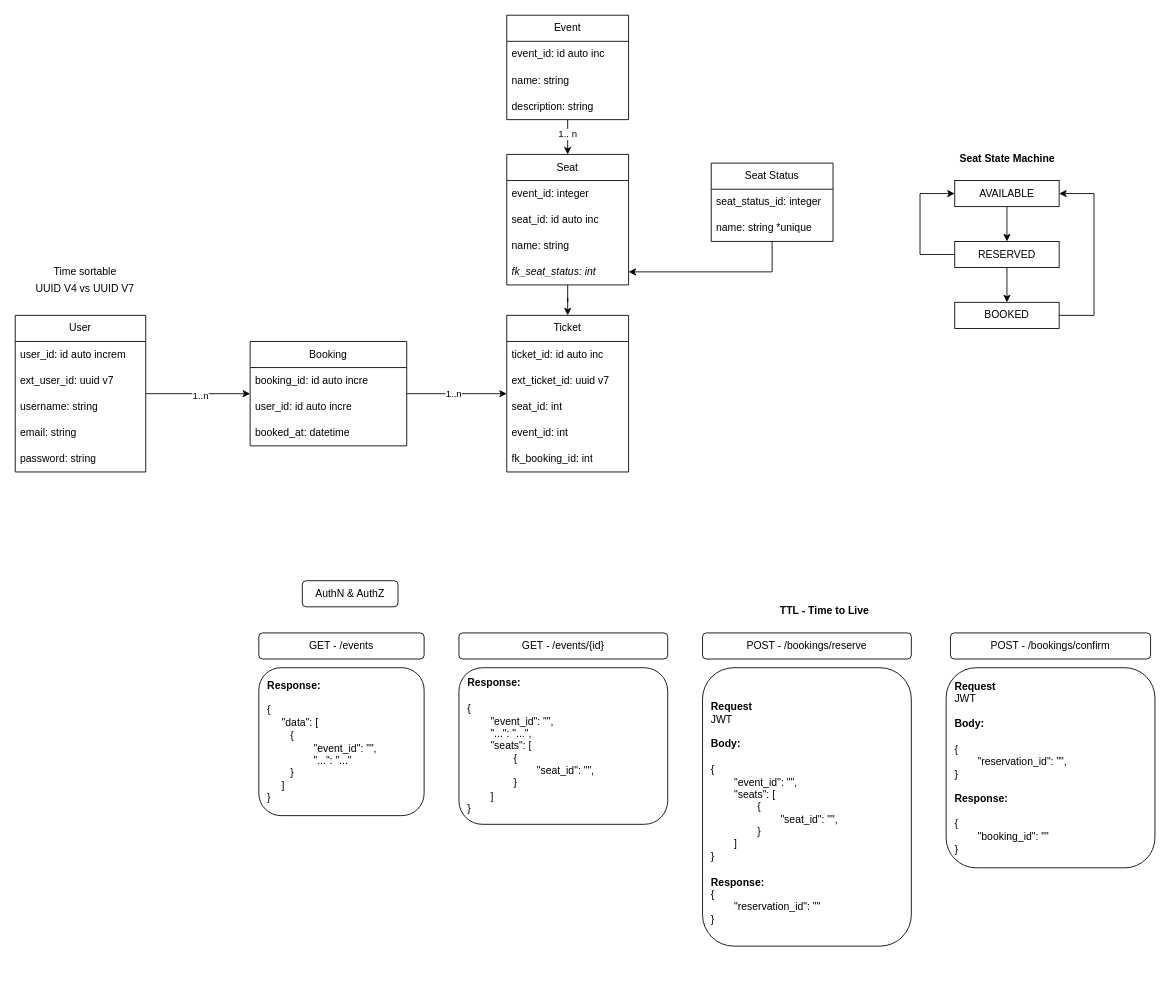
buildrun-tech/system-design-interview-ticketmasters keeps this draw.io diagram as page "MER" (1 of 2) of solution.drawio. Above is the earlier version. Source tidied: cells renumbered, new cells numbered last; positions are measured from the earlier drawing's top-left corner, leaving out a move shared by most shapes. Both pictures are drawn from the tidied source at 87%, with x=0, y=0 at pixel (15, 15).
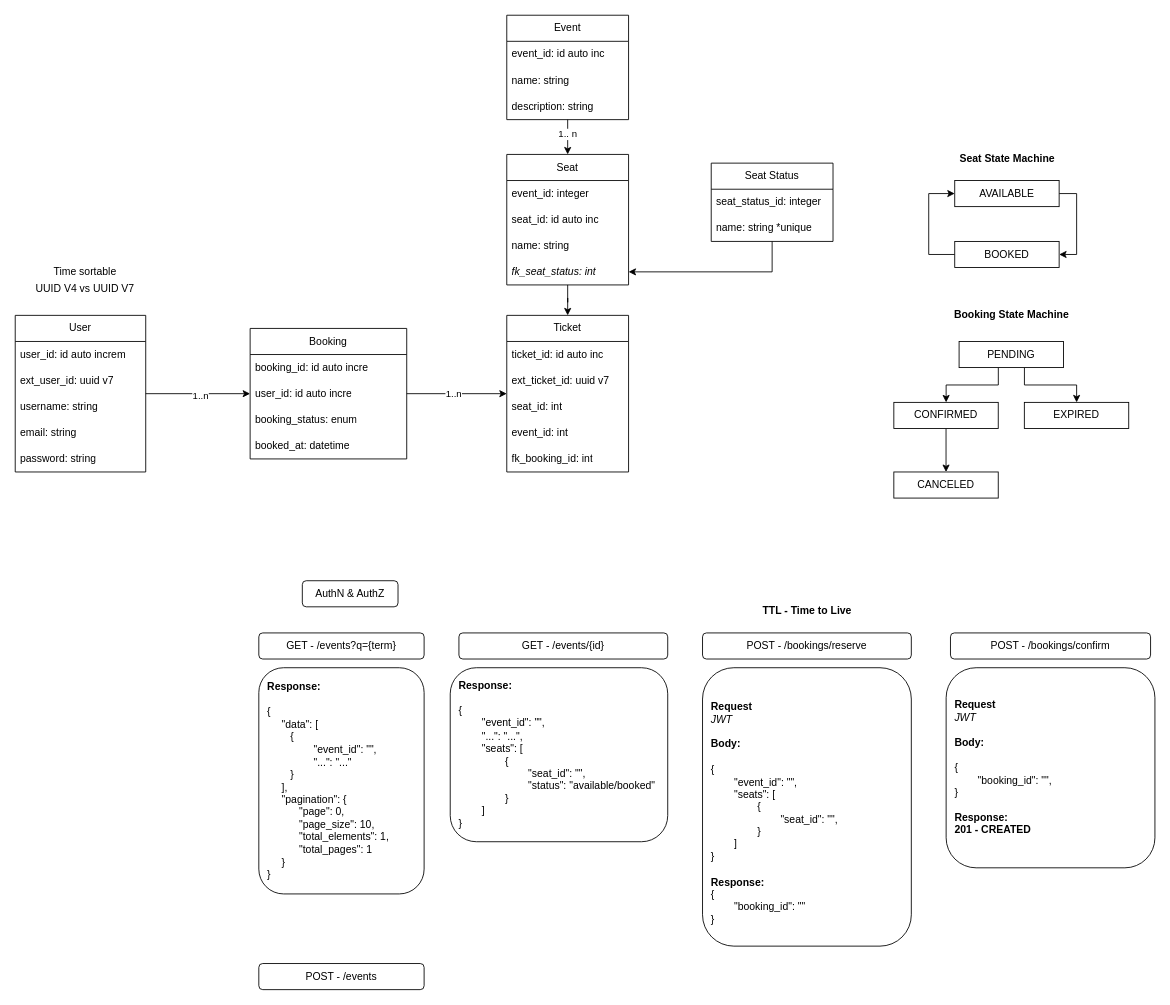
The same page after the edit.

Commit message:
docs(dia 2): update drawio with aws

The change refers to these unchanged cells:
```xml
<mxCell id="32" value="AVAILABLE" style="rounded=0;whiteSpace=wrap;html=1;" parent="1" vertex="1">
  <mxGeometry x="1079.9" y="190" width="120" height="30" as="geometry" />
</mxCell>
```

The edit, as a diff of the source:
```diff
@@
     <mxCell id="22" value="Booking" style="swimlane;fontStyle=0;horizontal=1;startSize=30;whiteSpace=wrap;html=1;" parent="1" vertex="1">
-      <mxGeometry x="270" y="375" width="180" height="120" as="geometry" />
+      <mxGeometry x="270" y="360" width="180" height="150" as="geometry" />
     </mxCell>
@@
+    <mxCell id="58" value="booking_status: enum" style="text;strokeColor=none;fillColor=none;align=left;verticalAlign=middle;spacingLeft=4;spacingRight=4;overflow=hidden;whiteSpace=wrap;html=1;" parent="22" vertex="1">
+      <mxGeometry y="90" width="180" height="30" as="geometry" />
+    </mxCell>
     <mxCell id="25" value="booked_at: datetime" style="text;strokeColor=none;fillColor=none;align=left;verticalAlign=middle;spacingLeft=4;spacingRight=4;overflow=hidden;whiteSpace=wrap;html=1;" parent="22" vertex="1">
-      <mxGeometry y="90" width="180" height="30" as="geometry" />
+      <mxGeometry y="120" width="180" height="30" as="geometry" />
     </mxCell>
-    <mxCell id="26" value="GET - /events" style="rounded=1;whiteSpace=wrap;html=1;" parent="1" vertex="1">
+    <mxCell id="26" value="GET - /events?q={term}" style="rounded=1;whiteSpace=wrap;html=1;" parent="1" vertex="1">
       <mxGeometry x="280" y="710" width="190" height="30" as="geometry" />
     </mxCell>
@@
-    <mxCell id="28" value="&lt;div&gt;&lt;b&gt;Response:&lt;/b&gt;&lt;/div&gt;&lt;div&gt;&lt;b&gt;&lt;br&gt;&lt;/b&gt;&lt;/div&gt;{&lt;div&gt;&amp;nbsp; &amp;nbsp; &amp;nbsp;&quot;data&quot;: [&lt;/div&gt;&lt;div&gt;&lt;span style=&quot;white-space: pre;&quot;&gt;&#9;&lt;/span&gt;{&lt;br&gt;&lt;/div&gt;&lt;div&gt;&lt;span style=&quot;white-space: pre;&quot;&gt;&#9;&lt;/span&gt;&lt;span style=&quot;white-space: pre;&quot;&gt;&#9;&lt;/span&gt;&quot;event_id&quot;: &quot;&quot;,&lt;br&gt;&lt;/div&gt;&lt;div&gt;&lt;span style=&quot;white-space: pre;&quot;&gt;&#9;&lt;/span&gt;&lt;span style=&quot;white-space: pre;&quot;&gt;&#9;&lt;/span&gt;&quot;...&quot;: &quot;...&quot;&lt;br&gt;&lt;/div&gt;&lt;div&gt;&lt;span style=&quot;white-space: pre;&quot;&gt;&#9;&lt;/span&gt;}&lt;/div&gt;&lt;div&gt;&amp;nbsp; &amp;nbsp; &amp;nbsp;]&lt;/div&gt;&lt;div&gt;}&lt;/div&gt;" style="rounded=1;whiteSpace=wrap;html=1;align=left;spacing=10;" parent="1" vertex="1">
-      <mxGeometry x="280" y="750" width="190" height="170" as="geometry" />
+    <mxCell id="28" value="&lt;div&gt;&lt;b&gt;Response:&lt;/b&gt;&lt;/div&gt;&lt;div&gt;&lt;b&gt;&lt;br&gt;&lt;/b&gt;&lt;/div&gt;{&lt;div&gt;&amp;nbsp; &amp;nbsp; &amp;nbsp;&quot;data&quot;: [&lt;/div&gt;&lt;div&gt;&lt;span style=&quot;white-space: pre;&quot;&gt;&#9;&lt;/span&gt;{&lt;br&gt;&lt;/div&gt;&lt;div&gt;&lt;span style=&quot;white-space: pre;&quot;&gt;&#9;&lt;/span&gt;&lt;span style=&quot;white-space: pre;&quot;&gt;&#9;&lt;/span&gt;&quot;event_id&quot;: &quot;&quot;,&lt;br&gt;&lt;/div&gt;&lt;div&gt;&lt;span style=&quot;white-space: pre;&quot;&gt;&#9;&lt;/span&gt;&lt;span style=&quot;white-space: pre;&quot;&gt;&#9;&lt;/span&gt;&quot;...&quot;: &quot;...&quot;&lt;br&gt;&lt;/div&gt;&lt;div&gt;&lt;span style=&quot;white-space: pre;&quot;&gt;&#9;&lt;/span&gt;}&lt;/div&gt;&lt;div&gt;&amp;nbsp; &amp;nbsp; &amp;nbsp;],&lt;/div&gt;&lt;div&gt;&amp;nbsp; &amp;nbsp; &amp;nbsp;&quot;pagination&quot;: {&lt;/div&gt;&lt;div&gt;&lt;span style=&quot;background-color: transparent; color: light-dark(rgb(0, 0, 0), rgb(255, 255, 255));&quot;&gt;&amp;nbsp; &amp;nbsp; &amp;nbsp; &amp;nbsp; &amp;nbsp; &amp;nbsp;&quot;page&quot;: 0,&lt;/span&gt;&lt;/div&gt;&lt;div&gt;&lt;span style=&quot;background-color: transparent; color: light-dark(rgb(0, 0, 0), rgb(255, 255, 255));&quot;&gt;&amp;nbsp; &amp;nbsp; &amp;nbsp; &amp;nbsp; &amp;nbsp; &amp;nbsp;&quot;page_size&quot;: 10,&lt;/span&gt;&lt;/div&gt;&lt;div&gt;&lt;span style=&quot;background-color: transparent; color: light-dark(rgb(0, 0, 0), rgb(255, 255, 255));&quot;&gt;&lt;span style=&quot;white-space: pre;&quot;&gt;&#9;&lt;/span&gt;&amp;nbsp; &amp;nbsp;&quot;total_elements&quot;: 1,&lt;br&gt;&lt;/span&gt;&lt;/div&gt;&lt;div&gt;&lt;span style=&quot;background-color: transparent; color: light-dark(rgb(0, 0, 0), rgb(255, 255, 255));&quot;&gt;&lt;span style=&quot;white-space: pre;&quot;&gt;&#9;&lt;/span&gt;&amp;nbsp; &amp;nbsp;&quot;total_pages&quot;: 1&lt;br&gt;&lt;/span&gt;&lt;/div&gt;&lt;div&gt;&lt;span style=&quot;background-color: transparent; color: light-dark(rgb(0, 0, 0), rgb(255, 255, 255));&quot;&gt;&amp;nbsp; &amp;nbsp; &amp;nbsp;}&lt;/span&gt;&lt;/div&gt;&lt;div&gt;}&lt;/div&gt;" style="rounded=1;whiteSpace=wrap;html=1;align=left;spacing=10;" parent="1" vertex="1">
+      <mxGeometry x="280" y="750" width="190" height="260" as="geometry" />
     </mxCell>
@@
-    <mxCell id="30" value="&lt;div&gt;&lt;b&gt;Response:&lt;/b&gt;&lt;/div&gt;&lt;div&gt;&lt;br&gt;&lt;/div&gt;{&lt;div&gt;&lt;span style=&quot;white-space: pre;&quot;&gt;&#9;&lt;/span&gt;&quot;event_id&quot;: &quot;&quot;,&lt;br&gt;&lt;/div&gt;&lt;div&gt;&lt;span style=&quot;white-space: pre;&quot;&gt;&#9;&lt;/span&gt;&quot;...&quot;: &quot;...&quot;,&lt;/div&gt;&lt;div&gt;&lt;span style=&quot;white-space: pre;&quot;&gt;&#9;&lt;/span&gt;&quot;seats&quot;: [&lt;br&gt;&lt;/div&gt;&lt;div&gt;&lt;span style=&quot;white-space: pre;&quot;&gt;&#9;&lt;/span&gt;&lt;span style=&quot;white-space: pre;&quot;&gt;&#9;&lt;/span&gt;{&lt;/div&gt;&lt;div&gt;&lt;span style=&quot;white-space: pre;&quot;&gt;&#9;&lt;/span&gt;&lt;span style=&quot;white-space: pre;&quot;&gt;&#9;&lt;/span&gt;&lt;span style=&quot;white-space: pre;&quot;&gt;&#9;&lt;/span&gt;&quot;seat_id&quot;: &quot;&quot;,&lt;br&gt;&lt;/div&gt;&lt;div&gt;&lt;span style=&quot;white-space: pre;&quot;&gt;&#9;&lt;/span&gt;&lt;span style=&quot;white-space: pre;&quot;&gt;&#9;&lt;/span&gt;}&lt;br&gt;&lt;/div&gt;&lt;div&gt;&lt;span style=&quot;white-space: pre;&quot;&gt;&#9;&lt;/span&gt;]&lt;/div&gt;&lt;div&gt;}&lt;/div&gt;" style="rounded=1;whiteSpace=wrap;html=1;align=left;spacing=10;" parent="1" vertex="1">
-      <mxGeometry x="510" y="750" width="240" height="180" as="geometry" />
+    <mxCell id="30" value="&lt;div&gt;&lt;b&gt;Response:&lt;/b&gt;&lt;/div&gt;&lt;div&gt;&lt;br&gt;&lt;/div&gt;{&lt;div&gt;&lt;span style=&quot;white-space: pre;&quot;&gt;&#9;&lt;/span&gt;&quot;event_id&quot;: &quot;&quot;,&lt;br&gt;&lt;/div&gt;&lt;div&gt;&lt;span style=&quot;white-space: pre;&quot;&gt;&#9;&lt;/span&gt;&quot;...&quot;: &quot;...&quot;,&lt;/div&gt;&lt;div&gt;&lt;span style=&quot;white-space: pre;&quot;&gt;&#9;&lt;/span&gt;&quot;seats&quot;: [&lt;br&gt;&lt;/div&gt;&lt;div&gt;&lt;span style=&quot;white-space: pre;&quot;&gt;&#9;&lt;/span&gt;&lt;span style=&quot;white-space: pre;&quot;&gt;&#9;&lt;/span&gt;{&lt;/div&gt;&lt;div&gt;&lt;span style=&quot;white-space: pre;&quot;&gt;&#9;&lt;/span&gt;&lt;span style=&quot;white-space: pre;&quot;&gt;&#9;&lt;/span&gt;&lt;span style=&quot;white-space: pre;&quot;&gt;&#9;&lt;/span&gt;&quot;seat_id&quot;: &quot;&quot;,&lt;br&gt;&lt;/div&gt;&lt;div&gt;&amp;nbsp; &amp;nbsp; &amp;nbsp; &amp;nbsp; &amp;nbsp; &amp;nbsp; &amp;nbsp; &amp;nbsp; &amp;nbsp; &amp;nbsp; &amp;nbsp; &amp;nbsp; &quot;status&quot;: &quot;available/booked&quot;&lt;/div&gt;&lt;div&gt;&lt;span style=&quot;white-space: pre;&quot;&gt;&#9;&lt;/span&gt;&lt;span style=&quot;white-space: pre;&quot;&gt;&#9;&lt;/span&gt;}&lt;br&gt;&lt;/div&gt;&lt;div&gt;&lt;span style=&quot;white-space: pre;&quot;&gt;&#9;&lt;/span&gt;]&lt;/div&gt;&lt;div&gt;}&lt;/div&gt;" style="rounded=1;whiteSpace=wrap;html=1;align=left;spacing=10;" parent="1" vertex="1">
+      <mxGeometry x="500" y="750" width="250" height="200" as="geometry" />
     </mxCell>
-    <mxCell id="31" style="edgeStyle=orthogonalEdgeStyle;rounded=0;jettySize=auto;html=1;" parent="1" edge="1" source="32" target="36">
-      <mxGeometry relative="1" as="geometry" />
-    </mxCell>
+    <mxCell id="59" style="edgeStyle=orthogonalEdgeStyle;rounded=0;jettySize=auto;html=1;" parent="1" edge="1" source="32" target="37">
+      <mxGeometry relative="1" as="geometry">
+        <Array as="points">
+          <mxPoint x="1220" y="205" />
+          <mxPoint x="1220" y="275" />
+        </Array>
+      </mxGeometry>
+    </mxCell>
@@
-    <mxCell id="34" style="edgeStyle=orthogonalEdgeStyle;rounded=0;jettySize=auto;html=1;" parent="1" edge="1" source="36" target="37">
-      <mxGeometry relative="1" as="geometry" />
-    </mxCell>
-    <mxCell id="35" style="edgeStyle=orthogonalEdgeStyle;rounded=0;jettySize=auto;html=1;" parent="1" edge="1" source="36" target="32">
+    <mxCell id="35" style="edgeStyle=orthogonalEdgeStyle;rounded=0;jettySize=auto;html=1;" parent="1" edge="1" target="32">
       <mxGeometry relative="1" as="geometry">
+        <mxPoint x="1079.9" y="275" as="sourcePoint" />
         <Array as="points">
-          <mxPoint x="1040" y="275" />
-          <mxPoint x="1040" y="205" />
+          <mxPoint x="1050" y="275" />
+          <mxPoint x="1050" y="205" />
         </Array>
       </mxGeometry>
     </mxCell>
-    <mxCell id="36" value="RESERVED" style="rounded=0;whiteSpace=wrap;html=1;" parent="1" vertex="1">
-      <mxGeometry x="1079.9" y="260" width="120" height="30" as="geometry" />
-    </mxCell>
     <mxCell id="37" value="BOOKED" style="rounded=0;whiteSpace=wrap;html=1;" parent="1" vertex="1">
-      <mxGeometry x="1079.9" y="330" width="120" height="30" as="geometry" />
+      <mxGeometry x="1079.9" y="260" width="120" height="30" as="geometry" />
     </mxCell>
@@
-    <mxCell id="46" style="edgeStyle=orthogonalEdgeStyle;rounded=0;jettySize=auto;html=1;" parent="1" edge="1" source="37" target="32">
-      <mxGeometry relative="1" as="geometry">
-        <Array as="points">
-          <mxPoint x="1240" y="345" />
-          <mxPoint x="1240" y="205" />
-        </Array>
-      </mxGeometry>
-    </mxCell>
@@
-    <mxCell id="48" value="&lt;div&gt;&lt;b&gt;&lt;br&gt;&lt;/b&gt;&lt;/div&gt;&lt;div&gt;&lt;b&gt;Request&lt;/b&gt;&lt;/div&gt;&lt;div&gt;JWT&lt;br&gt;&lt;br&gt;&lt;/div&gt;&lt;div&gt;&lt;b&gt;Body:&lt;/b&gt;&lt;/div&gt;&lt;div&gt;&lt;br&gt;&lt;/div&gt;{&lt;div&gt;&lt;span style=&quot;white-space: pre;&quot;&gt;&#9;&lt;/span&gt;&quot;event_id&quot;: &quot;&quot;,&lt;/div&gt;&lt;div&gt;&lt;span style=&quot;white-space: pre;&quot;&gt;&#9;&lt;/span&gt;&quot;seats&quot;: [&lt;br&gt;&lt;/div&gt;&lt;div&gt;&lt;span style=&quot;white-space: pre;&quot;&gt;&#9;&lt;/span&gt;&lt;span style=&quot;white-space: pre;&quot;&gt;&#9;&lt;/span&gt;{&lt;/div&gt;&lt;div&gt;&lt;span style=&quot;white-space: pre;&quot;&gt;&#9;&lt;/span&gt;&lt;span style=&quot;white-space: pre;&quot;&gt;&#9;&lt;/span&gt;&lt;span style=&quot;white-space: pre;&quot;&gt;&#9;&lt;/span&gt;&quot;seat_id&quot;: &quot;&quot;,&lt;br&gt;&lt;/div&gt;&lt;div&gt;&lt;span style=&quot;white-space: pre;&quot;&gt;&#9;&lt;/span&gt;&lt;span style=&quot;white-space: pre;&quot;&gt;&#9;&lt;/span&gt;}&lt;br&gt;&lt;/div&gt;&lt;div&gt;&lt;span style=&quot;white-space: pre;&quot;&gt;&#9;&lt;/span&gt;]&lt;/div&gt;&lt;div&gt;}&lt;/div&gt;&lt;div&gt;&lt;br&gt;&lt;/div&gt;&lt;div&gt;&lt;b&gt;Response:&lt;/b&gt;&lt;/div&gt;&lt;div&gt;{&lt;/div&gt;&lt;div&gt;&lt;span style=&quot;white-space: pre;&quot;&gt;&#9;&lt;/span&gt;&quot;reservation_id&quot;: &quot;&quot;&lt;br&gt;&lt;/div&gt;&lt;div&gt;}&lt;/div&gt;" style="rounded=1;whiteSpace=wrap;html=1;align=left;spacing=10;" parent="1" vertex="1">
+    <mxCell id="48" value="&lt;div&gt;&lt;b&gt;&lt;br&gt;&lt;/b&gt;&lt;/div&gt;&lt;div&gt;&lt;b&gt;Request&lt;/b&gt;&lt;/div&gt;&lt;div&gt;&lt;i&gt;JWT&lt;/i&gt;&lt;br&gt;&lt;br&gt;&lt;/div&gt;&lt;div&gt;&lt;b&gt;Body:&lt;/b&gt;&lt;/div&gt;&lt;div&gt;&lt;br&gt;&lt;/div&gt;{&lt;div&gt;&lt;span style=&quot;white-space: pre;&quot;&gt;&#9;&lt;/span&gt;&quot;event_id&quot;: &quot;&quot;,&lt;/div&gt;&lt;div&gt;&lt;span style=&quot;white-space: pre;&quot;&gt;&#9;&lt;/span&gt;&quot;seats&quot;: [&lt;br&gt;&lt;/div&gt;&lt;div&gt;&lt;span style=&quot;white-space: pre;&quot;&gt;&#9;&lt;/span&gt;&lt;span style=&quot;white-space: pre;&quot;&gt;&#9;&lt;/span&gt;{&lt;/div&gt;&lt;div&gt;&lt;span style=&quot;white-space: pre;&quot;&gt;&#9;&lt;/span&gt;&lt;span style=&quot;white-space: pre;&quot;&gt;&#9;&lt;/span&gt;&lt;span style=&quot;white-space: pre;&quot;&gt;&#9;&lt;/span&gt;&quot;seat_id&quot;: &quot;&quot;,&lt;br&gt;&lt;/div&gt;&lt;div&gt;&lt;span style=&quot;white-space: pre;&quot;&gt;&#9;&lt;/span&gt;&lt;span style=&quot;white-space: pre;&quot;&gt;&#9;&lt;/span&gt;}&lt;br&gt;&lt;/div&gt;&lt;div&gt;&lt;span style=&quot;white-space: pre;&quot;&gt;&#9;&lt;/span&gt;]&lt;/div&gt;&lt;div&gt;}&lt;/div&gt;&lt;div&gt;&lt;br&gt;&lt;/div&gt;&lt;div&gt;&lt;b&gt;Response:&lt;/b&gt;&lt;/div&gt;&lt;div&gt;{&lt;/div&gt;&lt;div&gt;&lt;span style=&quot;white-space: pre;&quot;&gt;&#9;&lt;/span&gt;&quot;booking_id&quot;: &quot;&quot;&lt;br&gt;&lt;/div&gt;&lt;div&gt;}&lt;/div&gt;" style="rounded=1;whiteSpace=wrap;html=1;align=left;spacing=10;" parent="1" vertex="1">
       <mxGeometry x="790" y="750" width="240" height="320" as="geometry" />
     </mxCell>
@@
-    <mxCell id="50" value="&lt;div&gt;&lt;b&gt;&lt;br&gt;&lt;/b&gt;&lt;/div&gt;&lt;div&gt;&lt;b&gt;Request&lt;/b&gt;&lt;/div&gt;&lt;div&gt;JWT&lt;br&gt;&lt;br&gt;&lt;/div&gt;&lt;div&gt;&lt;b&gt;Body:&lt;/b&gt;&lt;/div&gt;&lt;div&gt;&lt;br&gt;&lt;/div&gt;{&lt;div&gt;&lt;span style=&quot;white-space: pre;&quot;&gt;&#9;&lt;/span&gt;&quot;reservation_id&quot;: &quot;&quot;,&lt;/div&gt;&lt;div&gt;}&lt;/div&gt;&lt;div&gt;&lt;br&gt;&lt;/div&gt;&lt;div&gt;&lt;b&gt;Response:&lt;/b&gt;&lt;/div&gt;&lt;div&gt;&lt;b style=&quot;background-color: transparent; color: light-dark(rgb(0, 0, 0), rgb(255, 255, 255));&quot;&gt;&lt;br&gt;&lt;/b&gt;&lt;/div&gt;&lt;div&gt;&lt;span style=&quot;background-color: transparent; color: light-dark(rgb(0, 0, 0), rgb(255, 255, 255));&quot;&gt;{&lt;/span&gt;&lt;/div&gt;&lt;div&gt;&lt;span style=&quot;background-color: transparent; color: light-dark(rgb(0, 0, 0), rgb(255, 255, 255));&quot;&gt;&lt;span style=&quot;white-space: pre;&quot;&gt;&#9;&lt;/span&gt;&quot;booking_id&quot;: &quot;&quot;&lt;br&gt;&lt;/span&gt;&lt;/div&gt;&lt;div&gt;&lt;span style=&quot;background-color: transparent; color: light-dark(rgb(0, 0, 0), rgb(255, 255, 255));&quot;&gt;}&lt;/span&gt;&lt;/div&gt;&lt;div&gt;&lt;b&gt;&lt;br&gt;&lt;/b&gt;&lt;/div&gt;" style="rounded=1;whiteSpace=wrap;html=1;align=left;spacing=10;" parent="1" vertex="1">
+    <mxCell id="50" value="&lt;div&gt;&lt;b&gt;&lt;br&gt;&lt;/b&gt;&lt;/div&gt;&lt;div&gt;&lt;b&gt;Request&lt;/b&gt;&lt;/div&gt;&lt;div&gt;&lt;i&gt;JWT&lt;br&gt;&lt;/i&gt;&lt;br&gt;&lt;/div&gt;&lt;div&gt;&lt;b&gt;Body:&lt;/b&gt;&lt;/div&gt;&lt;div&gt;&lt;br&gt;&lt;/div&gt;{&lt;div&gt;&lt;span style=&quot;white-space: pre;&quot;&gt;&#9;&lt;/span&gt;&quot;booking_id&quot;: &quot;&quot;,&lt;/div&gt;&lt;div&gt;}&lt;/div&gt;&lt;div&gt;&lt;br&gt;&lt;/div&gt;&lt;div&gt;&lt;b&gt;Response:&lt;br&gt;201 - CREATED&lt;/b&gt;&lt;/div&gt;&lt;div&gt;&lt;b&gt;&lt;br&gt;&lt;/b&gt;&lt;/div&gt;" style="rounded=1;whiteSpace=wrap;html=1;align=left;spacing=10;" parent="1" vertex="1">
       <mxGeometry x="1070" y="750" width="240" height="230" as="geometry" />
     </mxCell>
     <mxCell id="51" value="TTL - Time to Live" style="text;html=1;align=center;verticalAlign=middle;strokeColor=none;fillColor=none;fontStyle=1;" parent="1" vertex="1">
-      <mxGeometry x="870" y="670" width="120" height="30" as="geometry" />
+      <mxGeometry x="850" y="670" width="120" height="30" as="geometry" />
     </mxCell>
@@
+    <mxCell id="60" value="POST - /events" style="rounded=1;whiteSpace=wrap;html=1;" parent="1" vertex="1">
+      <mxGeometry x="280" y="1090" width="190" height="30" as="geometry" />
+    </mxCell>
+    <mxCell id="61" value="Booking State Machine" style="text;html=1;align=center;verticalAlign=middle;strokeColor=none;fillColor=none;fontStyle=1;" parent="1" vertex="1">
+      <mxGeometry x="1069.9" y="330" width="150" height="30" as="geometry" />
+    </mxCell>
+    <mxCell id="62" style="edgeStyle=orthogonalEdgeStyle;rounded=0;jettySize=auto;html=1;" parent="1" edge="1" source="64" target="67">
+      <mxGeometry relative="1" as="geometry">
+        <Array as="points">
+          <mxPoint x="1160" y="425" />
+          <mxPoint x="1220" y="425" />
+        </Array>
+      </mxGeometry>
+    </mxCell>
+    <mxCell id="63" style="edgeStyle=orthogonalEdgeStyle;rounded=0;jettySize=auto;html=1;" parent="1" edge="1" source="64" target="66">
+      <mxGeometry relative="1" as="geometry">
+        <Array as="points">
+          <mxPoint x="1130" y="425" />
+          <mxPoint x="1070" y="425" />
+        </Array>
+      </mxGeometry>
+    </mxCell>
+    <mxCell id="64" value="PENDING" style="rounded=0;whiteSpace=wrap;html=1;" parent="1" vertex="1">
+      <mxGeometry x="1084.9" y="375" width="120" height="30" as="geometry" />
+    </mxCell>
+    <mxCell id="65" style="edgeStyle=orthogonalEdgeStyle;rounded=0;jettySize=auto;html=1;" parent="1" edge="1" source="66" target="68">
+      <mxGeometry relative="1" as="geometry" />
+    </mxCell>
+    <mxCell id="66" value="CONFIRMED" style="rounded=0;whiteSpace=wrap;html=1;" parent="1" vertex="1">
+      <mxGeometry x="1009.9" y="445" width="120" height="30" as="geometry" />
+    </mxCell>
+    <mxCell id="67" value="EXPIRED" style="rounded=0;whiteSpace=wrap;html=1;" parent="1" vertex="1">
+      <mxGeometry x="1159.9" y="445" width="120" height="30" as="geometry" />
+    </mxCell>
+    <mxCell id="68" value="CANCELED" style="rounded=0;whiteSpace=wrap;html=1;" parent="1" vertex="1">
+      <mxGeometry x="1009.9" y="525" width="120" height="30" as="geometry" />
+    </mxCell>
```
